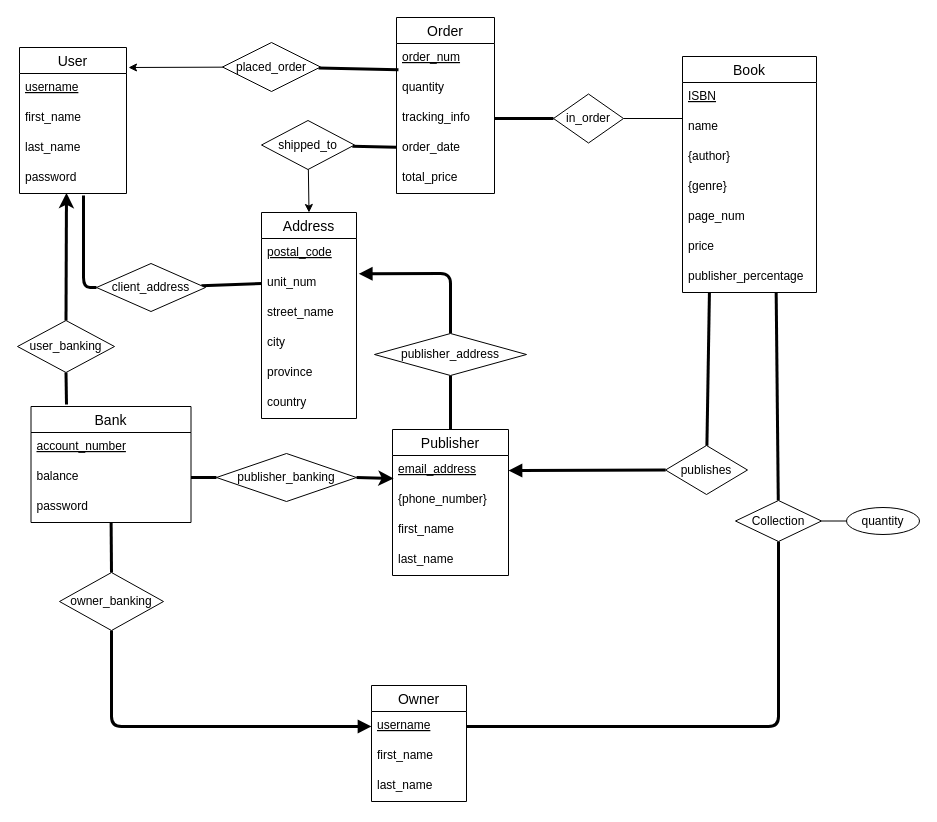
This is Diagrams/2.1 Conceptual Design.drawio from MiniEinsteinD/BookStore, a draw.io file, before an edit. Source tidied: cells renumbered, new cells numbered last; positions are measured from the earlier drawing's top-left corner, leaving out a move shared by most shapes. Both pictures are drawn from the tidied source at 100%, with x=0, y=0 at pixel (17, 17).
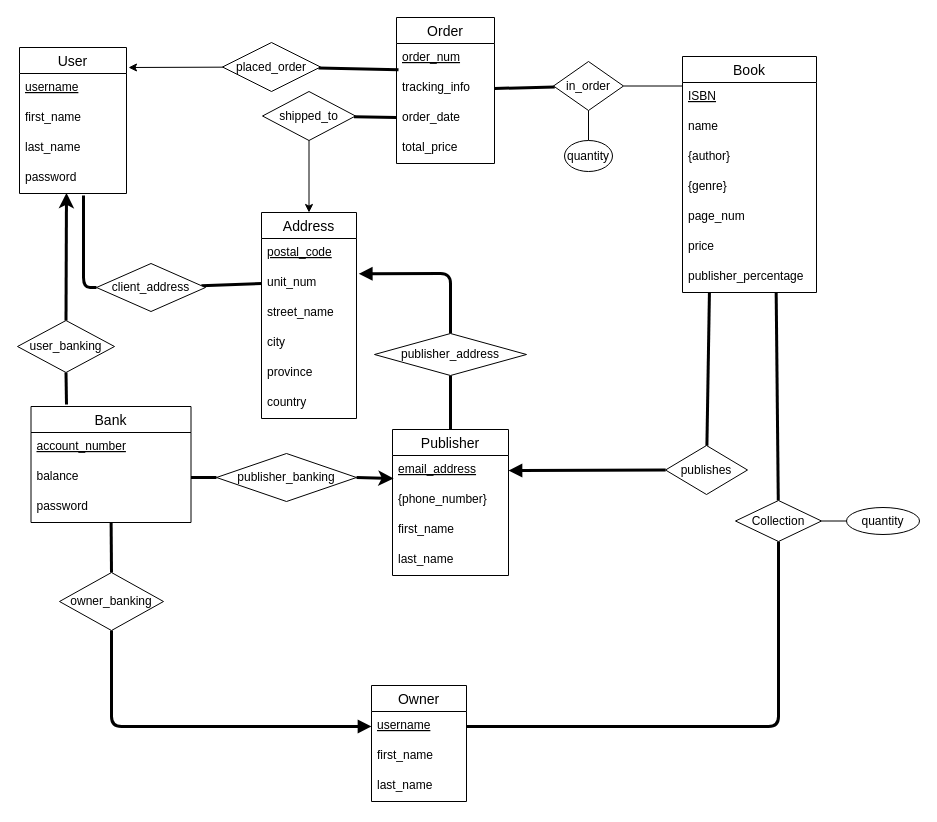
Above is the later version.

Commit message:
sami sami final ER diagram

Unchanged cells that the change refers to:
```xml
<mxCell id="8" value="ISBN" style="text;strokeColor=none;fillColor=none;spacingLeft=4;spacingRight=4;overflow=hidden;points=[[0,0.5],[1,0.5]];portConstraint=eastwest;fontSize=12;fontColor=default;fontStyle=4;" parent="7" vertex="1">
  <mxGeometry y="26" width="134" height="30" as="geometry" />
</mxCell>
<mxCell id="9" value="name" style="text;strokeColor=none;fillColor=none;spacingLeft=4;spacingRight=4;overflow=hidden;points=[[0,0.5],[1,0.5]];portConstraint=eastwest;fontSize=12;fontColor=default;" parent="7" vertex="1">
  <mxGeometry y="56" width="134" height="30" as="geometry" />
</mxCell>
<mxCell id="69" value="placed_order" style="shape=rhombus;perimeter=rhombusPerimeter;whiteSpace=wrap;html=1;align=center;fontColor=default;" parent="1" vertex="1">
  <mxGeometry x="205" y="25" width="98" height="49" as="geometry" />
</mxCell>
```

What changed in the source:
```diff
@@
     <mxCell id="58" value="Order" style="swimlane;fontStyle=0;horizontal=1;startSize=26;align=center;fontSize=14;" parent="1" vertex="1">
-      <mxGeometry x="379" width="98" height="176" as="geometry" />
+      <mxGeometry x="379" width="98" height="146" as="geometry" />
     </mxCell>
@@
-    <mxCell id="60" value="quantity" style="text;strokeColor=none;fillColor=none;spacingLeft=4;spacingRight=4;overflow=hidden;points=[[0,0.5],[1,0.5]];portConstraint=eastwest;fontSize=12;" parent="58" vertex="1">
-      <mxGeometry y="56" width="98" height="30" as="geometry" />
-    </mxCell>
     <mxCell id="61" value="tracking_info" style="text;strokeColor=none;fillColor=none;spacingLeft=4;spacingRight=4;overflow=hidden;points=[[0,0.5],[1,0.5]];portConstraint=eastwest;fontSize=12;" parent="58" vertex="1">
-      <mxGeometry y="86" width="98" height="30" as="geometry" />
+      <mxGeometry y="56" width="98" height="30" as="geometry" />
     </mxCell>
     <mxCell id="62" value="order_date" style="text;strokeColor=none;fillColor=none;spacingLeft=4;spacingRight=4;overflow=hidden;points=[[0,0.5],[1,0.5]];portConstraint=eastwest;fontSize=12;" parent="58" vertex="1">
-      <mxGeometry y="116" width="98" height="30" as="geometry" />
+      <mxGeometry y="86" width="98" height="30" as="geometry" />
     </mxCell>
     <mxCell id="63" value="total_price" style="text;strokeColor=none;fillColor=none;spacingLeft=4;spacingRight=4;overflow=hidden;fontSize=12;" parent="58" vertex="1">
-      <mxGeometry y="146" width="98" height="30" as="geometry" />
+      <mxGeometry y="116" width="98" height="30" as="geometry" />
     </mxCell>
@@
-    <mxCell id="65" style="edgeStyle=none;html=1;entryX=0;entryY=0.2;entryDx=0;entryDy=0;entryPerimeter=0;endArrow=none;endFill=0;" parent="1" edge="1" source="66" target="9">
+    <mxCell id="65" style="edgeStyle=none;html=1;entryX=0;entryY=0.117;entryDx=0;entryDy=0;entryPerimeter=0;endArrow=none;endFill=0;" parent="1" edge="1" source="66" target="8">
       <mxGeometry relative="1" as="geometry" />
     </mxCell>
     <mxCell id="66" value="in_order" style="shape=rhombus;perimeter=rhombusPerimeter;whiteSpace=wrap;html=1;align=center;fontColor=default;" parent="1" vertex="1">
-      <mxGeometry x="536" y="76.5" width="70" height="49" as="geometry" />
+      <mxGeometry x="536" y="44" width="70" height="49" as="geometry" />
     </mxCell>
-    <mxCell id="67" style="edgeStyle=none;html=1;endArrow=none;endFill=0;entryX=0.02;entryY=-0.127;entryDx=0;entryDy=0;entryPerimeter=0;strokeWidth=3;" parent="1" edge="1" source="69" target="60">
-      <mxGeometry relative="1" as="geometry" />
+    <mxCell id="67" style="edgeStyle=none;html=1;endArrow=none;endFill=0;entryX=0.02;entryY=-0.127;entryDx=0;entryDy=0;entryPerimeter=0;strokeWidth=3;" parent="1" edge="1" source="69">
+      <mxGeometry relative="1" as="geometry">
+        <mxPoint x="381" y="52.2" as="targetPoint" />
+      </mxGeometry>
     </mxCell>
@@
     <mxCell id="72" value="shipped_to" style="shape=rhombus;perimeter=rhombusPerimeter;whiteSpace=wrap;html=1;align=center;fontColor=default;" parent="1" vertex="1">
-      <mxGeometry x="244" y="103" width="93" height="49" as="geometry" />
+      <mxGeometry x="245" y="74" width="93" height="49" as="geometry" />
     </mxCell>
+    <mxCell id="73" style="edgeStyle=none;html=1;entryX=0.5;entryY=1;entryDx=0;entryDy=0;endArrow=none;endFill=0;strokeWidth=1;" parent="1" edge="1" source="60" target="66">
+      <mxGeometry relative="1" as="geometry" />
+    </mxCell>
+    <mxCell id="60" value="&lt;span style=&quot;text-align: left&quot;&gt;quantity&lt;/span&gt;" style="ellipse;whiteSpace=wrap;html=1;align=center;" parent="1" vertex="1">
+      <mxGeometry x="547" y="123" width="48" height="31" as="geometry" />
+    </mxCell>
```
